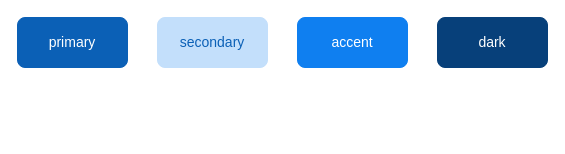
The draw.io diagram docs/assets/theme.drawio in kalisio/kdk, before the edit. Source tidied: cells renumbered, new cells numbered last; positions are measured from the earlier drawing's top-left corner, leaving out a move shared by most shapes. Both pictures are drawn from the tidied source at 100%, with x=0, y=0 at pixel (17, 17).
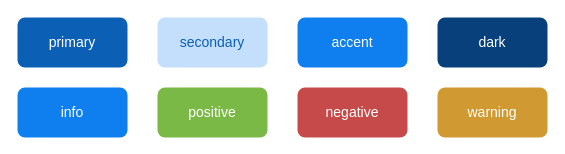
After the change.

Diff of the diagram source:
```diff
@@
 <mxGraphModel>
   <root>
     <mxCell id="0" />
     <mxCell id="1" parent="0" />
-    <mxCell id="2" value="&lt;font style=&quot;font-size: 14px&quot;&gt;primary&lt;/font&gt;" style="rounded=1;whiteSpace=wrap;html=1;fontColor=#ffffff;fillColor=#0b60b6;strokeColor=#0b60b6;" parent="1" vertex="1">
+    <mxCell id="2" value="&lt;font style=&quot;font-size: 14px&quot;&gt;primary&lt;/font&gt;" style="rounded=1;whiteSpace=wrap;html=1;fontColor=#ffffff;fillColor=#0b60b6;strokeColor=none;" parent="1" vertex="1">
       <mxGeometry width="110" height="50" as="geometry" />
     </mxCell>
-    <mxCell id="3" value="&lt;font style=&quot;font-size: 14px&quot;&gt;secondary&lt;/font&gt;" style="rounded=1;whiteSpace=wrap;html=1;fontColor=#0B60B6;fillColor=#c3dffb;strokeColor=#c3dffb;" parent="1" vertex="1">
+    <mxCell id="3" value="&lt;font style=&quot;font-size: 14px&quot;&gt;secondary&lt;/font&gt;" style="rounded=1;whiteSpace=wrap;html=1;fontColor=#0B60B6;fillColor=#c3dffb;strokeColor=none;" parent="1" vertex="1">
       <mxGeometry x="140" width="110" height="50" as="geometry" />
     </mxCell>
-    <mxCell id="4" value="&lt;font style=&quot;font-size: 14px&quot;&gt;accent&lt;/font&gt;" style="rounded=1;whiteSpace=wrap;html=1;fontColor=#ffffff;strokeColor=#0f7ff0;fillColor=#0f7ff0;" parent="1" vertex="1">
+    <mxCell id="4" value="&lt;font style=&quot;font-size: 14px&quot;&gt;accent&lt;/font&gt;" style="rounded=1;whiteSpace=wrap;html=1;fontColor=#ffffff;fillColor=#0f7ff0;strokeColor=none;" parent="1" vertex="1">
       <mxGeometry x="280" width="110" height="50" as="geometry" />
     </mxCell>
-    <mxCell id="5" value="&lt;font style=&quot;font-size: 14px&quot;&gt;dark&lt;/font&gt;" style="rounded=1;whiteSpace=wrap;html=1;fontColor=#ffffff;fillColor=#07407a;strokeColor=#07407a;" parent="1" vertex="1">
+    <mxCell id="5" value="&lt;font style=&quot;font-size: 14px&quot;&gt;dark&lt;/font&gt;" style="rounded=1;whiteSpace=wrap;html=1;fontColor=#ffffff;fillColor=#07407a;strokeColor=none;" parent="1" vertex="1">
       <mxGeometry x="420" width="110" height="50" as="geometry" />
     </mxCell>
+    <mxCell id="6" value="&lt;font style=&quot;font-size: 14px&quot;&gt;info&lt;/font&gt;" style="rounded=1;whiteSpace=wrap;html=1;fontColor=#ffffff;fillColor=#0f7ff0;strokeColor=none;" parent="1" vertex="1">
+      <mxGeometry y="70" width="110" height="50" as="geometry" />
+    </mxCell>
+    <mxCell id="7" value="&lt;font style=&quot;font-size: 14px&quot;&gt;positive&lt;/font&gt;" style="rounded=1;whiteSpace=wrap;html=1;fontColor=#ffffff;fillColor=#7bb946;strokeColor=none;" parent="1" vertex="1">
+      <mxGeometry x="140" y="70" width="110" height="50" as="geometry" />
+    </mxCell>
+    <mxCell id="8" value="&lt;font style=&quot;font-size: 14px&quot;&gt;negative&lt;/font&gt;" style="rounded=1;whiteSpace=wrap;html=1;fontColor=#ffffff;strokeColor=none;fillColor=#c74a4a;" parent="1" vertex="1">
+      <mxGeometry x="280" y="70" width="110" height="50" as="geometry" />
+    </mxCell>
+    <mxCell id="9" value="&lt;font style=&quot;font-size: 14px&quot;&gt;warning&lt;/font&gt;" style="rounded=1;whiteSpace=wrap;html=1;fontColor=#ffffff;fillColor=#d09931;strokeColor=none;" parent="1" vertex="1">
+      <mxGeometry x="420" y="70" width="110" height="50" as="geometry" />
+    </mxCell>
   </root>
 </mxGraphModel>
```
